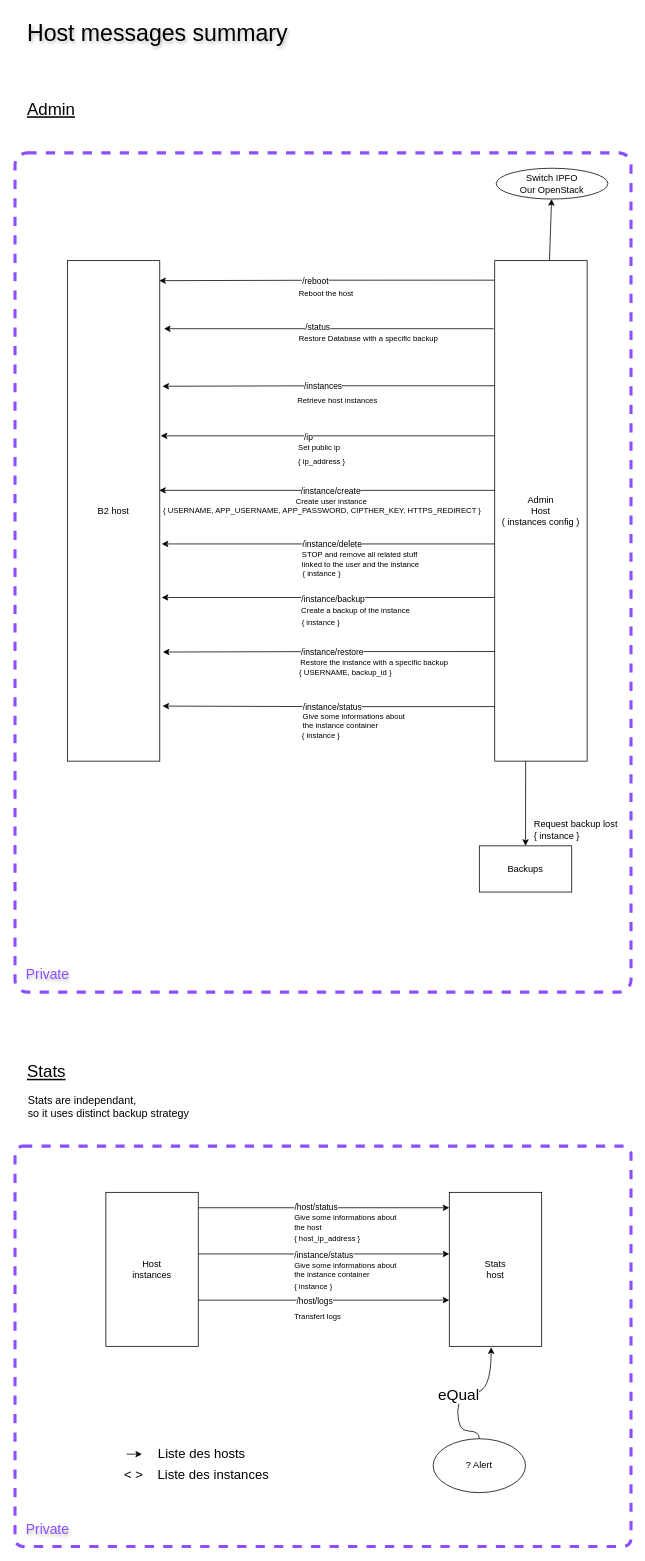
yesbabylon/b2 keeps this draw.io diagram as doc/Host messages summary.drawio. Above is the earlier version. Source tidied: cells renumbered, new cells numbered last; positions are measured from the earlier drawing's top-left corner, leaving out a move shared by most shapes. Both pictures are drawn from the tidied source at 77%, with x=0, y=0 at pixel (15, 13).
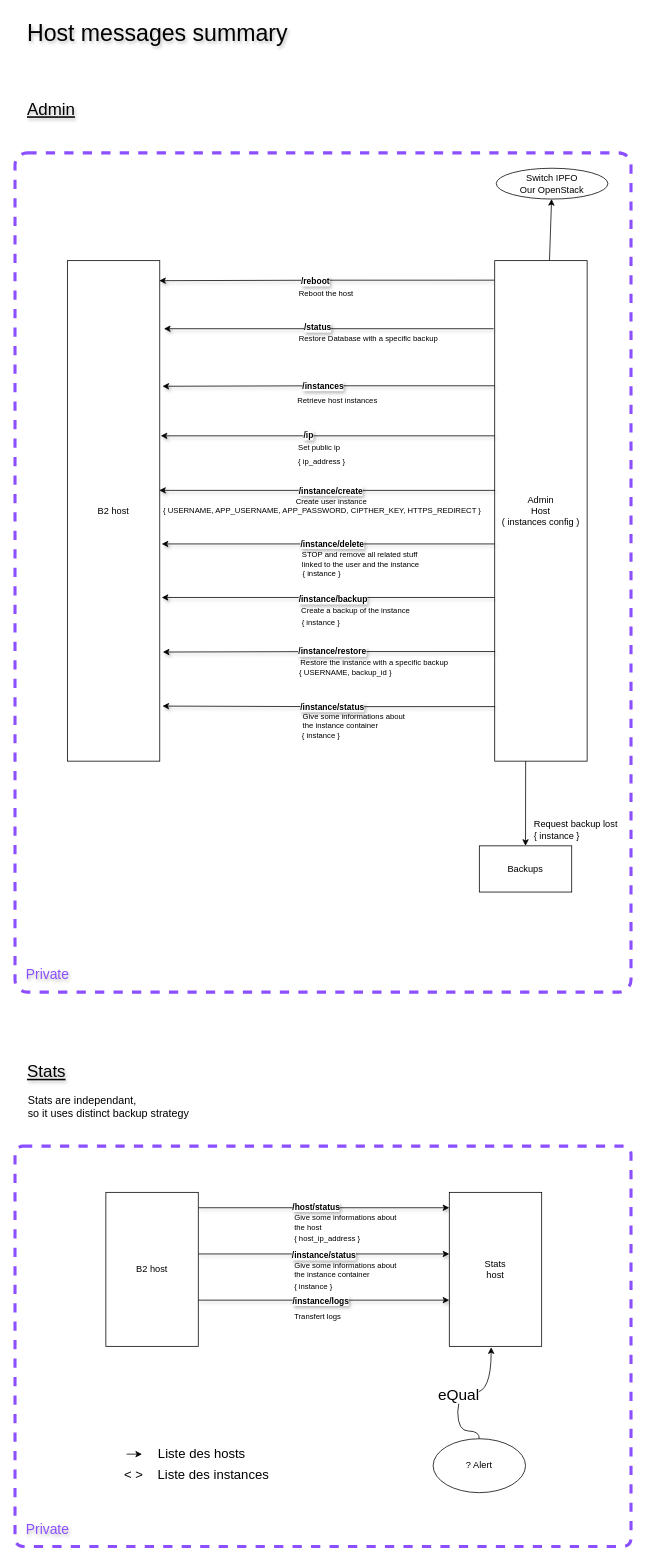
Above is the later version.

The change refers to these unchanged cells:
```xml
<mxCell id="4" value="B2 host" style="whiteSpace=wrap;html=1;" parent="1" vertex="1">
  <mxGeometry x="68" y="321" width="120" height="650" as="geometry" />
</mxCell>
<mxCell id="11" value="Admin&lt;br&gt;Host&lt;br&gt;( instances config )" style="whiteSpace=wrap;html=1;" parent="1" vertex="1">
  <mxGeometry x="623" y="321" width="120" height="650" as="geometry" />
</mxCell>
```

What changed in the source:
```diff
@@
-    <mxCell id="6" value="&lt;font style=&quot;font-size: 22px;&quot;&gt;&lt;u&gt;Stats&lt;/u&gt;&lt;/font&gt;" style="text;html=1;align=left;verticalAlign=middle;strokeColor=none;fillColor=none;" parent="1" vertex="1">
+    <mxCell id="6" value="&lt;font style=&quot;font-size: 22px;&quot;&gt;&lt;u&gt;Stats&lt;/u&gt;&lt;/font&gt;" style="text;html=1;align=left;verticalAlign=middle;strokeColor=none;fillColor=none;textShadow=1;" parent="1" vertex="1">
       <mxGeometry x="14" y="1355" width="70" height="40" as="geometry" />
     </mxCell>
@@
-    <mxCell id="8" style="edgeStyle=orthogonalEdgeStyle;rounded=0;jettySize=auto;html=1;entryX=0.994;entryY=0.04;entryDx=0;entryDy=0;exitX=-0.004;exitY=0.039;exitDx=0;exitDy=0;exitPerimeter=0;entryPerimeter=0;" parent="1" edge="1" source="11" target="4">
+    <mxCell id="8" style="edgeStyle=orthogonalEdgeStyle;rounded=0;jettySize=auto;html=1;entryX=0.994;entryY=0.04;entryDx=0;entryDy=0;exitX=-0.004;exitY=0.039;exitDx=0;exitDy=0;exitPerimeter=0;entryPerimeter=0;shadow=1;textShadow=1;fontStyle=1;" parent="1" edge="1" source="11" target="4">
       <mxGeometry relative="1" as="geometry" />
     </mxCell>
-    <mxCell id="9" value="/reboot" style="edgeLabel;html=1;align=center;verticalAlign=middle;" parent="8" vertex="1">
+    <mxCell id="9" value="&lt;b&gt;/reboot&lt;/b&gt;" style="edgeLabel;html=1;align=center;verticalAlign=middle;textShadow=1;" parent="8" vertex="1">
       <mxGeometry x="-0.02" y="2" relative="1" as="geometry">
         <mxPoint x="-19" y="-1" as="offset" />
       </mxGeometry>
     </mxCell>
@@
-    <mxCell id="13" style="edgeStyle=orthogonalEdgeStyle;rounded=0;jettySize=auto;html=1;exitX=0;exitY=0.25;exitDx=0;exitDy=0;entryX=1.029;entryY=0.251;entryDx=0;entryDy=0;entryPerimeter=0;" parent="1" edge="1" source="11" target="4">
+    <mxCell id="13" style="edgeStyle=orthogonalEdgeStyle;rounded=0;jettySize=auto;html=1;exitX=0;exitY=0.25;exitDx=0;exitDy=0;entryX=1.029;entryY=0.251;entryDx=0;entryDy=0;entryPerimeter=0;shadow=1;textShadow=1;fontStyle=1;" parent="1" edge="1" source="11" target="4">
       <mxGeometry relative="1" as="geometry" />
     </mxCell>
-    <mxCell id="14" value="/instances" style="edgeLabel;html=1;align=center;verticalAlign=middle;" parent="13" vertex="1">
+    <mxCell id="14" value="&lt;b&gt;/instances&lt;/b&gt;" style="edgeLabel;html=1;align=center;verticalAlign=middle;textShadow=1;" parent="13" vertex="1">
       <mxGeometry x="-0.02" y="2" relative="1" as="geometry">
         <mxPoint x="-12" y="-2" as="offset" />
       </mxGeometry>
     </mxCell>
-    <mxCell id="15" style="edgeStyle=orthogonalEdgeStyle;rounded=0;jettySize=auto;html=1;entryX=1.045;entryY=0.136;entryDx=0;entryDy=0;exitX=-0.012;exitY=0.136;exitDx=0;exitDy=0;exitPerimeter=0;entryPerimeter=0;" parent="1" edge="1" source="11" target="4">
+    <mxCell id="15" style="edgeStyle=orthogonalEdgeStyle;rounded=0;jettySize=auto;html=1;entryX=1.045;entryY=0.136;entryDx=0;entryDy=0;exitX=-0.012;exitY=0.136;exitDx=0;exitDy=0;exitPerimeter=0;entryPerimeter=0;shadow=1;textShadow=1;fontStyle=1;" parent="1" edge="1" source="11" target="4">
       <mxGeometry relative="1" as="geometry" />
     </mxCell>
-    <mxCell id="16" value="/status" style="edgeLabel;html=1;align=center;verticalAlign=middle;" parent="15" vertex="1">
+    <mxCell id="16" value="&lt;b&gt;/status&lt;/b&gt;" style="edgeLabel;html=1;align=center;verticalAlign=middle;textShadow=1;" parent="15" vertex="1">
       <mxGeometry x="-0.02" y="2" relative="1" as="geometry">
         <mxPoint x="-19" y="-4" as="offset" />
       </mxGeometry>
     </mxCell>
@@
-    <mxCell id="20" style="edgeStyle=orthogonalEdgeStyle;rounded=0;orthogonalLoop=1;jettySize=auto;html=1;exitX=1;exitY=0.25;exitDx=0;exitDy=0;entryX=0;entryY=0.25;entryDx=0;entryDy=0;" parent="1" edge="1">
+    <mxCell id="20" style="edgeStyle=orthogonalEdgeStyle;rounded=0;orthogonalLoop=1;jettySize=auto;html=1;exitX=1;exitY=0.25;exitDx=0;exitDy=0;entryX=0;entryY=0.25;entryDx=0;entryDy=0;shadow=1;textShadow=1;fontStyle=1;" parent="1" edge="1">
       <mxGeometry relative="1" as="geometry">
         <mxPoint x="238" y="1551" as="sourcePoint" />
         <mxPoint x="564" y="1551" as="targetPoint" />
       </mxGeometry>
     </mxCell>
-    <mxCell id="21" value="/host/status" style="edgeLabel;html=1;align=center;verticalAlign=middle;" parent="20" vertex="1">
+    <mxCell id="21" value="&lt;b&gt;/host/status&lt;/b&gt;" style="edgeLabel;html=1;align=center;verticalAlign=middle;textShadow=1;" parent="20" vertex="1">
       <mxGeometry x="-0.07" y="2" relative="1" as="geometry" />
     </mxCell>
-    <mxCell id="22" style="edgeStyle=orthogonalEdgeStyle;rounded=0;orthogonalLoop=1;jettySize=auto;html=1;exitX=1;exitY=0.75;exitDx=0;exitDy=0;entryX=0;entryY=0.75;entryDx=0;entryDy=0;" parent="1" edge="1">
+    <mxCell id="22" style="edgeStyle=orthogonalEdgeStyle;rounded=0;orthogonalLoop=1;jettySize=auto;html=1;exitX=1;exitY=0.75;exitDx=0;exitDy=0;entryX=0;entryY=0.75;entryDx=0;entryDy=0;shadow=1;textShadow=1;fontStyle=1;" parent="1" edge="1">
       <mxGeometry relative="1" as="geometry">
         <mxPoint x="238" y="1611" as="sourcePoint" />
         <mxPoint x="564" y="1611" as="targetPoint" />
       </mxGeometry>
     </mxCell>
-    <mxCell id="23" value="/instance/status" style="edgeLabel;html=1;align=center;verticalAlign=middle;" parent="22" vertex="1">
+    <mxCell id="23" value="&lt;b&gt;/instance/status&lt;/b&gt;" style="edgeLabel;html=1;align=center;verticalAlign=middle;textShadow=1;" parent="22" vertex="1">
       <mxGeometry x="-0.08" y="-1" relative="1" as="geometry">
         <mxPoint x="12" as="offset" />
       </mxGeometry>
     </mxCell>
-    <mxCell id="24" value="Host&lt;br&gt;instances" style="whiteSpace=wrap;html=1;" parent="1" vertex="1">
+    <mxCell id="24" value="B2 host" style="whiteSpace=wrap;html=1;" parent="1" vertex="1">
       <mxGeometry x="118" y="1531" width="120" height="200" as="geometry" />
     </mxCell>
@@
-    <mxCell id="33" value="&lt;font style=&quot;font-size: 22px;&quot;&gt;&lt;u&gt;Admin&lt;/u&gt;&lt;/font&gt;" style="text;html=1;align=left;verticalAlign=middle;strokeColor=none;fillColor=none;" parent="1" vertex="1">
+    <mxCell id="33" value="&lt;font style=&quot;font-size: 22px;&quot;&gt;&lt;u&gt;Admin&lt;/u&gt;&lt;/font&gt;" style="text;html=1;align=left;verticalAlign=middle;strokeColor=none;fillColor=none;textShadow=1;" parent="1" vertex="1">
       <mxGeometry x="14" y="105" width="90" height="40" as="geometry" />
     </mxCell>
@@
-    <mxCell id="36" style="edgeStyle=orthogonalEdgeStyle;rounded=0;jettySize=auto;html=1;entryX=1.01;entryY=0.35;entryDx=0;entryDy=0;exitX=0;exitY=0.35;exitDx=0;exitDy=0;exitPerimeter=0;entryPerimeter=0;" parent="1" edge="1" source="11" target="4">
+    <mxCell id="36" style="edgeStyle=orthogonalEdgeStyle;rounded=0;jettySize=auto;html=1;entryX=1.01;entryY=0.35;entryDx=0;entryDy=0;exitX=0;exitY=0.35;exitDx=0;exitDy=0;exitPerimeter=0;entryPerimeter=0;shadow=1;textShadow=1;fontStyle=1;" parent="1" edge="1" source="11" target="4">
       <mxGeometry relative="1" as="geometry" />
     </mxCell>
-    <mxCell id="37" value="/ip" style="edgeLabel;html=1;align=center;verticalAlign=middle;" parent="36" vertex="1">
+    <mxCell id="37" value="&lt;b&gt;/ip&lt;/b&gt;" style="edgeLabel;html=1;align=center;verticalAlign=middle;textShadow=1;" parent="36" vertex="1">
       <mxGeometry x="-0.02" y="2" relative="1" as="geometry">
-        <mxPoint x="-30" as="offset" />
+        <mxPoint x="-30" y="-3" as="offset" />
       </mxGeometry>
     </mxCell>
@@
-    <mxCell id="40" style="edgeStyle=orthogonalEdgeStyle;rounded=0;jettySize=auto;html=1;entryX=0.994;entryY=0.459;entryDx=0;entryDy=0;exitX=0.004;exitY=0.459;exitDx=0;exitDy=0;exitPerimeter=0;entryPerimeter=0;" parent="1" edge="1" source="11" target="4">
+    <mxCell id="40" style="edgeStyle=orthogonalEdgeStyle;rounded=0;jettySize=auto;html=1;entryX=0.994;entryY=0.459;entryDx=0;entryDy=0;exitX=0.004;exitY=0.459;exitDx=0;exitDy=0;exitPerimeter=0;entryPerimeter=0;shadow=1;textShadow=1;fontStyle=1;" parent="1" edge="1" source="11" target="4">
       <mxGeometry relative="1" as="geometry" />
     </mxCell>
-    <mxCell id="41" value="/instance/create" style="edgeLabel;html=1;align=center;verticalAlign=middle;" parent="40" vertex="1">
+    <mxCell id="41" value="&lt;b&gt;/instance/create&lt;/b&gt;" style="edgeLabel;html=1;align=center;verticalAlign=middle;textShadow=1;" parent="40" vertex="1">
       <mxGeometry x="-0.02" y="2" relative="1" as="geometry">
         <mxPoint y="-2" as="offset" />
       </mxGeometry>
     </mxCell>
@@
-    <mxCell id="43" style="edgeStyle=orthogonalEdgeStyle;rounded=0;jettySize=auto;html=1;entryX=1.021;entryY=0.566;entryDx=0;entryDy=0;entryPerimeter=0;exitX=0;exitY=0.566;exitDx=0;exitDy=0;exitPerimeter=0;" parent="1" edge="1" source="11" target="4">
+    <mxCell id="43" style="edgeStyle=orthogonalEdgeStyle;rounded=0;jettySize=auto;html=1;entryX=1.021;entryY=0.566;entryDx=0;entryDy=0;entryPerimeter=0;exitX=0;exitY=0.566;exitDx=0;exitDy=0;exitPerimeter=0;shadow=1;textShadow=1;fontStyle=1;" parent="1" edge="1" source="11" target="4">
       <mxGeometry relative="1" as="geometry" />
     </mxCell>
-    <mxCell id="44" value="/instance/delete" style="edgeLabel;html=1;align=center;verticalAlign=middle;" parent="43" vertex="1">
+    <mxCell id="44" value="&lt;b&gt;/instance/delete&lt;/b&gt;" style="edgeLabel;html=1;align=center;verticalAlign=middle;textShadow=1;" parent="43" vertex="1">
       <mxGeometry x="-0.02" y="2" relative="1" as="geometry">
         <mxPoint y="-2" as="offset" />
       </mxGeometry>
     </mxCell>
@@
-    <mxCell id="47" style="edgeStyle=orthogonalEdgeStyle;rounded=0;jettySize=auto;html=1;entryX=1.021;entryY=0.673;entryDx=0;entryDy=0;exitX=-0.004;exitY=0.673;exitDx=0;exitDy=0;exitPerimeter=0;entryPerimeter=0;" parent="1" edge="1" source="11" target="4">
+    <mxCell id="47" style="edgeStyle=orthogonalEdgeStyle;rounded=0;jettySize=auto;html=1;entryX=1.021;entryY=0.673;entryDx=0;entryDy=0;exitX=-0.004;exitY=0.673;exitDx=0;exitDy=0;exitPerimeter=0;entryPerimeter=0;shadow=1;textShadow=1;fontStyle=1;" parent="1" edge="1" source="11" target="4">
       <mxGeometry relative="1" as="geometry" />
     </mxCell>
-    <mxCell id="48" value="/instance/backup" style="edgeLabel;html=1;align=center;verticalAlign=middle;" parent="47" vertex="1">
+    <mxCell id="48" value="&lt;b&gt;/instance/backup&lt;/b&gt;" style="edgeLabel;html=1;align=center;verticalAlign=middle;textShadow=1;" parent="47" vertex="1">
       <mxGeometry x="-0.02" y="2" relative="1" as="geometry">
         <mxPoint x="2" as="offset" />
       </mxGeometry>
     </mxCell>
@@
-    <mxCell id="50" style="edgeStyle=orthogonalEdgeStyle;rounded=0;jettySize=auto;html=1;entryX=1.033;entryY=0.782;entryDx=0;entryDy=0;exitX=0.004;exitY=0.781;exitDx=0;exitDy=0;exitPerimeter=0;entryPerimeter=0;" parent="1" edge="1" source="11" target="4">
+    <mxCell id="50" style="edgeStyle=orthogonalEdgeStyle;rounded=0;jettySize=auto;html=1;entryX=1.033;entryY=0.782;entryDx=0;entryDy=0;exitX=0.004;exitY=0.781;exitDx=0;exitDy=0;exitPerimeter=0;entryPerimeter=0;shadow=1;textShadow=1;fontStyle=1;" parent="1" edge="1" source="11" target="4">
       <mxGeometry relative="1" as="geometry" />
     </mxCell>
-    <mxCell id="51" value="/instance/restore" style="edgeLabel;html=1;align=center;verticalAlign=middle;" parent="50" vertex="1">
+    <mxCell id="51" value="&lt;b&gt;/instance/restore&lt;/b&gt;" style="edgeLabel;html=1;align=center;verticalAlign=middle;textShadow=1;" parent="50" vertex="1">
       <mxGeometry x="-0.02" y="2" relative="1" as="geometry">
         <mxPoint y="-2" as="offset" />
       </mxGeometry>
     </mxCell>
@@
-    <mxCell id="54" style="edgeStyle=orthogonalEdgeStyle;rounded=0;jettySize=auto;html=1;entryX=1.029;entryY=0.89;entryDx=0;entryDy=0;entryPerimeter=0;exitX=0.004;exitY=0.891;exitDx=0;exitDy=0;exitPerimeter=0;" parent="1" edge="1" source="11" target="4">
+    <mxCell id="54" style="edgeStyle=orthogonalEdgeStyle;rounded=0;jettySize=auto;html=1;entryX=1.029;entryY=0.89;entryDx=0;entryDy=0;entryPerimeter=0;exitX=0.004;exitY=0.891;exitDx=0;exitDy=0;exitPerimeter=0;shadow=1;textShadow=1;fontStyle=1;" parent="1" edge="1" source="11" target="4">
       <mxGeometry relative="1" as="geometry" />
     </mxCell>
-    <mxCell id="55" value="/instance/status" style="edgeLabel;html=1;align=center;verticalAlign=middle;" parent="54" vertex="1">
+    <mxCell id="55" value="&lt;b&gt;/instance/status&lt;/b&gt;" style="edgeLabel;html=1;align=center;verticalAlign=middle;textShadow=1;" parent="54" vertex="1">
       <mxGeometry x="-0.02" y="2" relative="1" as="geometry">
         <mxPoint y="-2" as="offset" />
       </mxGeometry>
     </mxCell>
@@
-    <mxCell id="61" style="edgeStyle=orthogonalEdgeStyle;rounded=0;orthogonalLoop=1;jettySize=auto;html=1;exitX=1;exitY=0.75;exitDx=0;exitDy=0;entryX=0;entryY=0.75;entryDx=0;entryDy=0;" parent="1" edge="1">
+    <mxCell id="61" style="edgeStyle=orthogonalEdgeStyle;rounded=0;orthogonalLoop=1;jettySize=auto;html=1;exitX=1;exitY=0.75;exitDx=0;exitDy=0;entryX=0;entryY=0.75;entryDx=0;entryDy=0;shadow=1;textShadow=1;fontStyle=1;" parent="1" edge="1">
       <mxGeometry relative="1" as="geometry">
         <mxPoint x="238" y="1671" as="sourcePoint" />
         <mxPoint x="564" y="1671" as="targetPoint" />
       </mxGeometry>
     </mxCell>
-    <mxCell id="62" value="/host/logs" style="edgeLabel;html=1;align=center;verticalAlign=middle;" parent="61" vertex="1">
-      <mxGeometry x="-0.08" y="-1" relative="1" as="geometry" />
+    <mxCell id="62" value="&lt;b&gt;/instance/logs&lt;/b&gt;" style="edgeLabel;html=1;align=center;verticalAlign=middle;textShadow=1;" parent="61" vertex="1">
+      <mxGeometry x="-0.08" y="-1" relative="1" as="geometry">
+        <mxPoint x="8" y="-1" as="offset" />
+      </mxGeometry>
     </mxCell>
```
